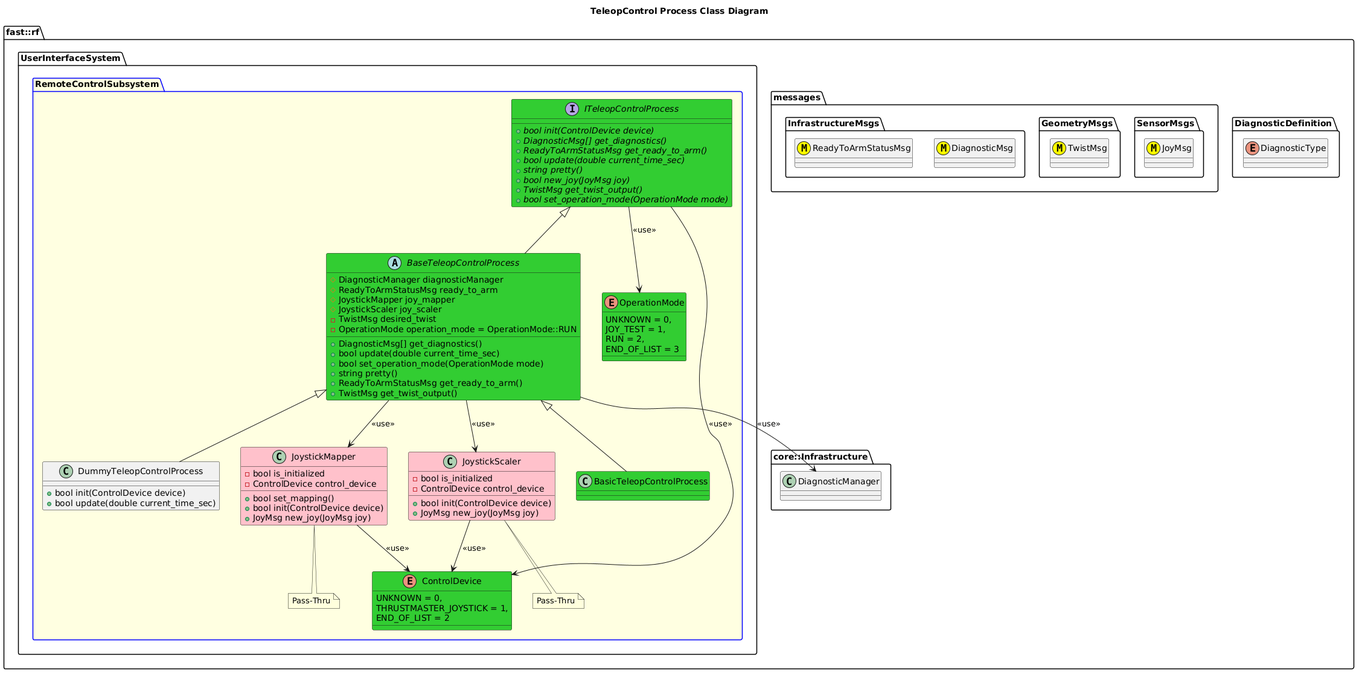
Earlier version of the PlantUML export Systems/UserInterface/Subsystems/RemoteControl/Processes/TeleopControl/doc/puml/TeleopControlProcessClassDiagram.png (fastrobotics/robot_framework).
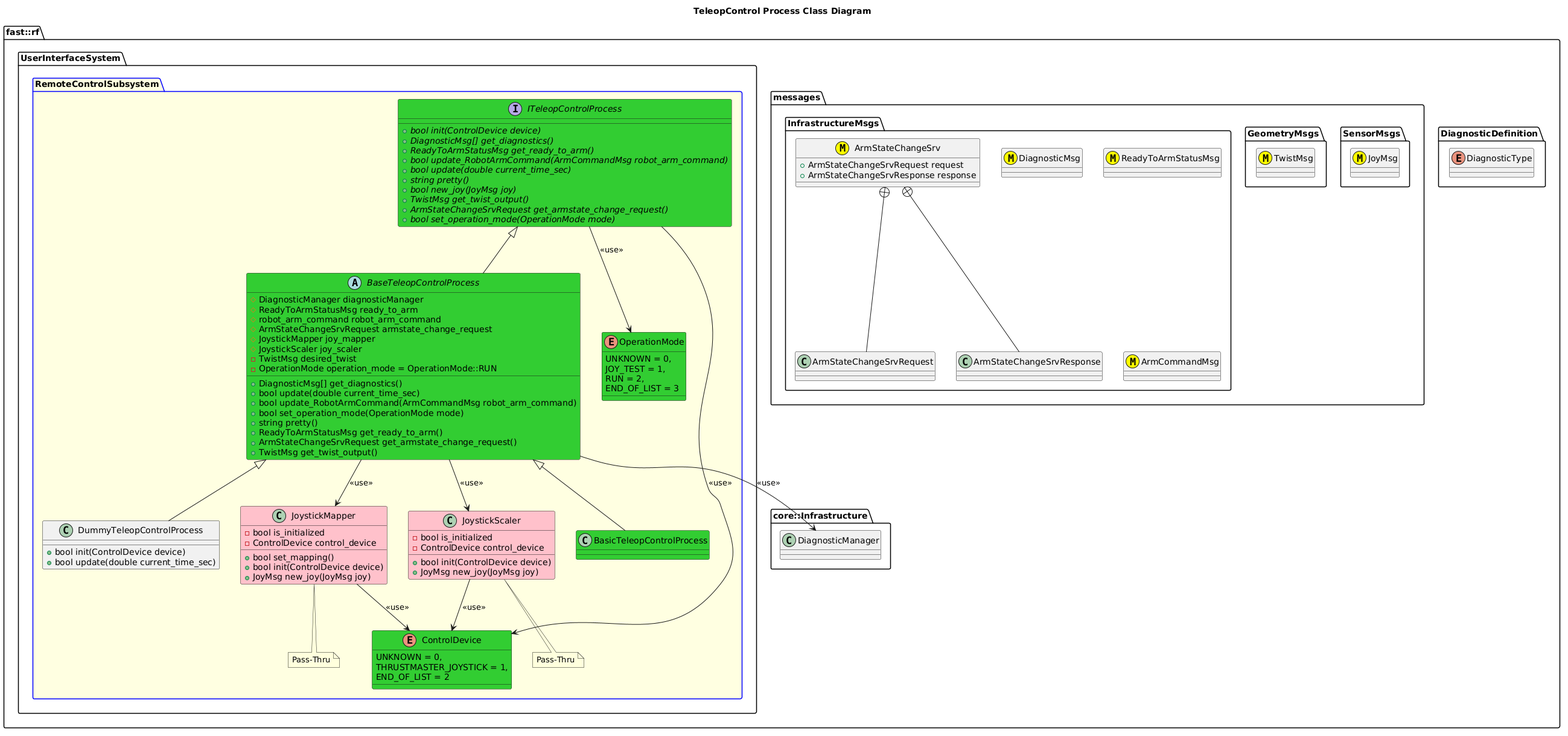
The same file after the commit.

What changed in the source:
```diff
@@ -15,6 +15,13 @@
     namespace InfrastructureMsgs {
       class DiagnosticMsg <<(M,#FFFF00)>>
       class ReadyToArmStatusMsg <<(M,#FFFF00)>>
+      class ArmCommandMsg <<(M,#FFFF00)>>
+      class ArmStateChangeSrv <<(M,#FFFF00)>> {
+        +ArmStateChangeSrvRequest request
+        +ArmStateChangeSrvResponse response
+      }
+      ArmStateChangeSrv +-- ArmStateChangeSrvRequest
+      ArmStateChangeSrv +-- ArmStateChangeSrvResponse
     }
   }
   namespace core::Infrastructure {
@@ -37,10 +44,12 @@
         +{abstract} bool init(ControlDevice device)
         +{abstract} DiagnosticMsg[] get_diagnostics()
         +{abstract} ReadyToArmStatusMsg get_ready_to_arm()
+        +{abstract} bool update_RobotArmCommand(ArmCommandMsg robot_arm_command)
         +{abstract} bool update(double current_time_sec)
         +{abstract} string pretty()
         +{abstract} bool new_joy(JoyMsg joy)
         +{abstract} TwistMsg get_twist_output()
+        +{abstract} ArmStateChangeSrvRequest get_armstate_change_request()
         +{abstract} bool set_operation_mode(OperationMode mode)
       }
       ITeleopControlProcess --> OperationMode: <<use>>
@@ -69,11 +78,15 @@
       abstract BaseTeleopControlProcess #LimeGreen {
         +DiagnosticMsg[] get_diagnostics()
         +bool update(double current_time_sec)
+        +bool update_RobotArmCommand(ArmCommandMsg robot_arm_command)
         +bool set_operation_mode(OperationMode mode)
         +string pretty()
         +ReadyToArmStatusMsg get_ready_to_arm()
+        +ArmStateChangeSrvRequest get_armstate_change_request()
         #DiagnosticManager diagnosticManager
-         #ReadyToArmStatusMsg ready_to_arm
+        #ReadyToArmStatusMsg ready_to_arm
+        #robot_arm_command robot_arm_command
+        #ArmStateChangeSrvRequest armstate_change_request
         #JoystickMapper joy_mapper
         #JoystickScaler joy_scaler
         +TwistMsg get_twist_output()
```
